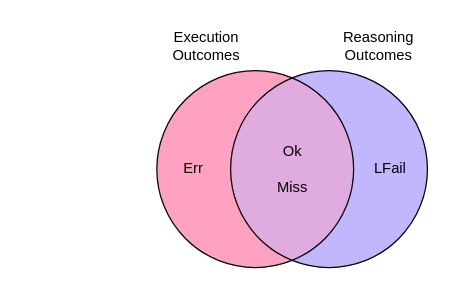
The draw.io diagram diagrams/outcomes-overlap.drawio in N1ark/msc-report, before the edit. Source tidied: cells renumbered, new cells numbered last; positions are measured from the earlier drawing's top-left corner, leaving out a move shared by most shapes. Both pictures are drawn from the tidied source at 123%, with x=0, y=0 at pixel (156, 21).
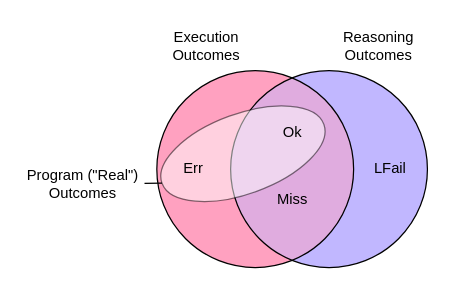
The same page after the edit.

Change to the diagram source:
```diff
@@
 <mxGraphModel>
   <root>
     <mxCell id="0" />
     <mxCell id="1" parent="0" />
     <mxCell id="2" value="Execution&lt;br&gt;Outcomes" style="text;html=1;align=center;verticalAlign=middle;strokeColor=none;fillColor=none;fontFamily=CMU Serif;" parent="1" vertex="1">
       <mxGeometry width="80" height="40" as="geometry" />
     </mxCell>
     <mxCell id="3" value="Reasoning&lt;br&gt;Outcomes" style="text;html=1;align=center;verticalAlign=middle;strokeColor=none;fillColor=none;fontFamily=CMU Serif;" parent="1" vertex="1">
       <mxGeometry x="140" width="80" height="40" as="geometry" />
     </mxCell>
-    <mxCell id="4" style="group;" parent="1" vertex="1">
-      <mxGeometry y="40" width="220" height="160" as="geometry" />
-    </mxCell>
+    <mxCell id="13" value="Program (&quot;Real&quot;) Outcomes" style="text;html=1;strokeColor=none;fillColor=none;align=center;verticalAlign=middle;whiteSpace=wrap;rounded=0;fontFamily=CMU Serif;" parent="1" vertex="1">
+      <mxGeometry x="-110" y="117" width="100" height="30" as="geometry" />
+    </mxCell>
-    <mxCell id="5" style="ellipse;whiteSpace=wrap;html=1;fillColor=#C1B8FF;strokeColor=none;" parent="4" vertex="1">
-      <mxGeometry x="60" width="160" height="160" as="geometry" />
+    <mxCell id="5" style="ellipse;whiteSpace=wrap;html=1;fillColor=#C1B8FF;strokeColor=none;" parent="1" vertex="1">
+      <mxGeometry x="60" y="40" width="160" height="160" as="geometry" />
     </mxCell>
-    <mxCell id="6" style="ellipse;whiteSpace=wrap;html=1;fillColor=#FFA1C0;strokeColor=none;" parent="4" vertex="1">
-      <mxGeometry width="160" height="160" as="geometry" />
+    <mxCell id="6" style="ellipse;whiteSpace=wrap;html=1;fillColor=#FFA1C0;strokeColor=none;" parent="1" vertex="1">
+      <mxGeometry y="40" width="160" height="160" as="geometry" />
     </mxCell>
-    <mxCell id="7" style="ellipse;whiteSpace=wrap;html=1;fillColor=#C1B8FF;strokeColor=none;opacity=50;" parent="4" vertex="1">
-      <mxGeometry x="60" width="160" height="160" as="geometry" />
+    <mxCell id="7" style="ellipse;whiteSpace=wrap;html=1;fillColor=#C1B8FF;strokeColor=none;opacity=50;" parent="1" vertex="1">
+      <mxGeometry x="60" y="40" width="160" height="160" as="geometry" />
     </mxCell>
-    <mxCell id="8" style="ellipse;whiteSpace=wrap;html=1;fillColor=none;" parent="4" vertex="1">
-      <mxGeometry x="60" width="160" height="160" as="geometry" />
+    <mxCell id="8" style="ellipse;whiteSpace=wrap;html=1;fillColor=none;" parent="1" vertex="1">
+      <mxGeometry x="60" y="40" width="160" height="160" as="geometry" />
     </mxCell>
-    <mxCell id="9" style="ellipse;whiteSpace=wrap;html=1;fillColor=none;strokeColor=default;" parent="4" vertex="1">
-      <mxGeometry width="160" height="160" as="geometry" />
+    <mxCell id="9" style="ellipse;whiteSpace=wrap;html=1;fillColor=none;strokeColor=default;" parent="1" vertex="1">
+      <mxGeometry y="40" width="160" height="160" as="geometry" />
     </mxCell>
+    <mxCell id="12" value="LFail" style="text;html=1;strokeColor=none;fillColor=none;align=center;verticalAlign=middle;whiteSpace=wrap;rounded=0;fontFamily=Inconsolata;" parent="1" vertex="1">
+      <mxGeometry x="160" y="105" width="60" height="30" as="geometry" />
+    </mxCell>
+    <mxCell id="14" style="ellipse;whiteSpace=wrap;html=1;rotation=-20;opacity=50;" parent="1" vertex="1">
+      <mxGeometry y="75" width="140" height="65" as="geometry" />
+    </mxCell>
+    <mxCell id="15" value="Miss" style="text;html=1;align=center;verticalAlign=middle;strokeColor=none;fillColor=none;fontFamily=Inconsolata;" parent="1" vertex="1">
+      <mxGeometry x="85" y="130" width="50" height="30" as="geometry" />
+    </mxCell>
+    <mxCell id="11" value="Err" style="text;html=1;strokeColor=none;fillColor=none;align=center;verticalAlign=middle;whiteSpace=wrap;rounded=0;fontFamily=Inconsolata;" parent="1" vertex="1">
+      <mxGeometry y="105" width="60" height="30" as="geometry" />
+    </mxCell>
-    <mxCell id="10" value="Ok&lt;br&gt;&lt;br&gt;Miss" style="text;html=1;align=center;verticalAlign=middle;strokeColor=none;fillColor=none;fontFamily=Inconsolata;" parent="4" vertex="1">
-      <mxGeometry x="85" y="50" width="50" height="60" as="geometry" />
+    <mxCell id="10" value="Ok" style="text;html=1;align=center;verticalAlign=middle;strokeColor=none;fillColor=none;fontFamily=Inconsolata;" parent="1" vertex="1">
+      <mxGeometry x="90" y="75" width="40" height="30" as="geometry" />
     </mxCell>
-    <mxCell id="11" value="Err" style="text;html=1;strokeColor=none;fillColor=none;align=center;verticalAlign=middle;whiteSpace=wrap;rounded=0;fontFamily=Inconsolata;" parent="4" vertex="1">
-      <mxGeometry y="65" width="60" height="30" as="geometry" />
-    </mxCell>
-    <mxCell id="12" value="LFail" style="text;html=1;strokeColor=none;fillColor=none;align=center;verticalAlign=middle;whiteSpace=wrap;rounded=0;fontFamily=Inconsolata;" parent="4" vertex="1">
-      <mxGeometry x="160" y="65" width="60" height="30" as="geometry" />
-    </mxCell>
+    <mxCell id="16" style="rounded=0;jettySize=auto;html=1;fontFamily=CMU Serif;endArrow=none;endFill=0;entryX=0;entryY=0.5;entryDx=0;entryDy=0;" parent="1" edge="1" source="13" target="14">
+      <mxGeometry relative="1" as="geometry" />
+    </mxCell>
   </root>
 </mxGraphModel>
```
